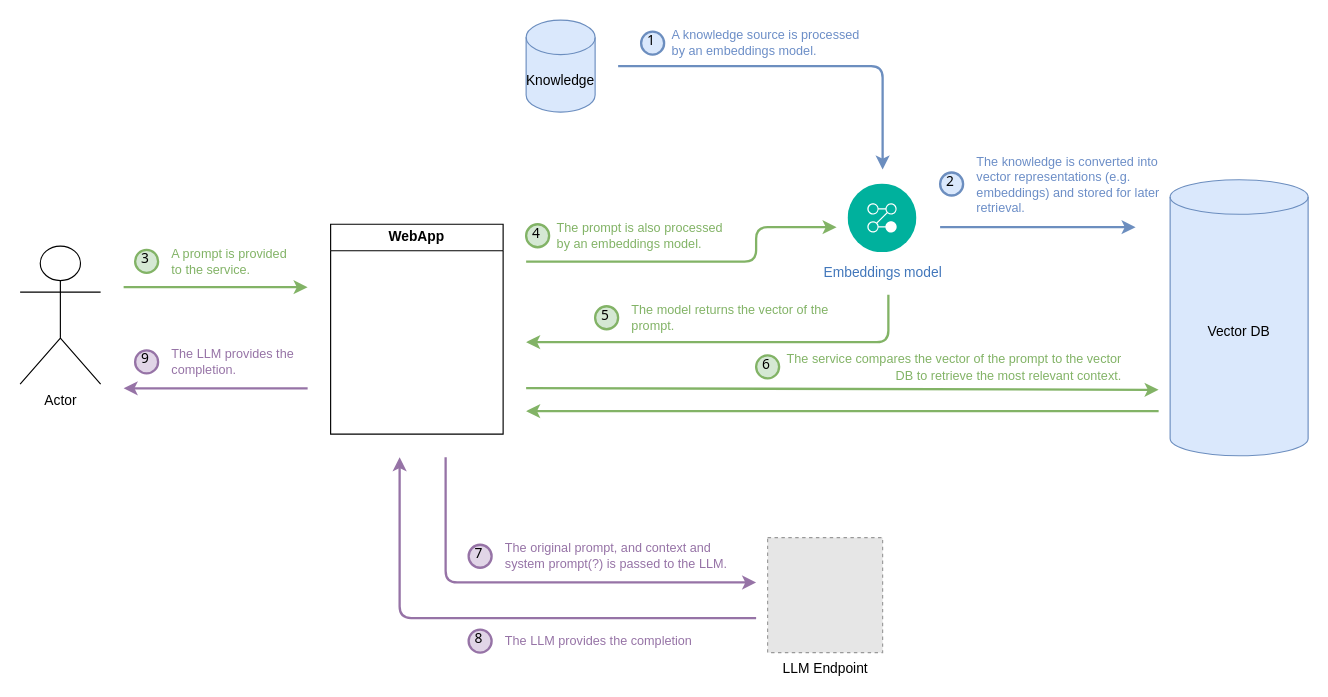
Before: blog-crawler-qna-bot.drawio in emdeh/web-crawl-qna-blog-bot, a draw.io diagram. Source tidied: cells renumbered, new cells numbered last; positions are measured from the earlier drawing's top-left corner, leaving out a move shared by most shapes. Both pictures are drawn from the tidied source at 115%, with x=0, y=0 at pixel (20, 20). Pictures stored in the file or linked from it are replaced by grey dashed boxes.
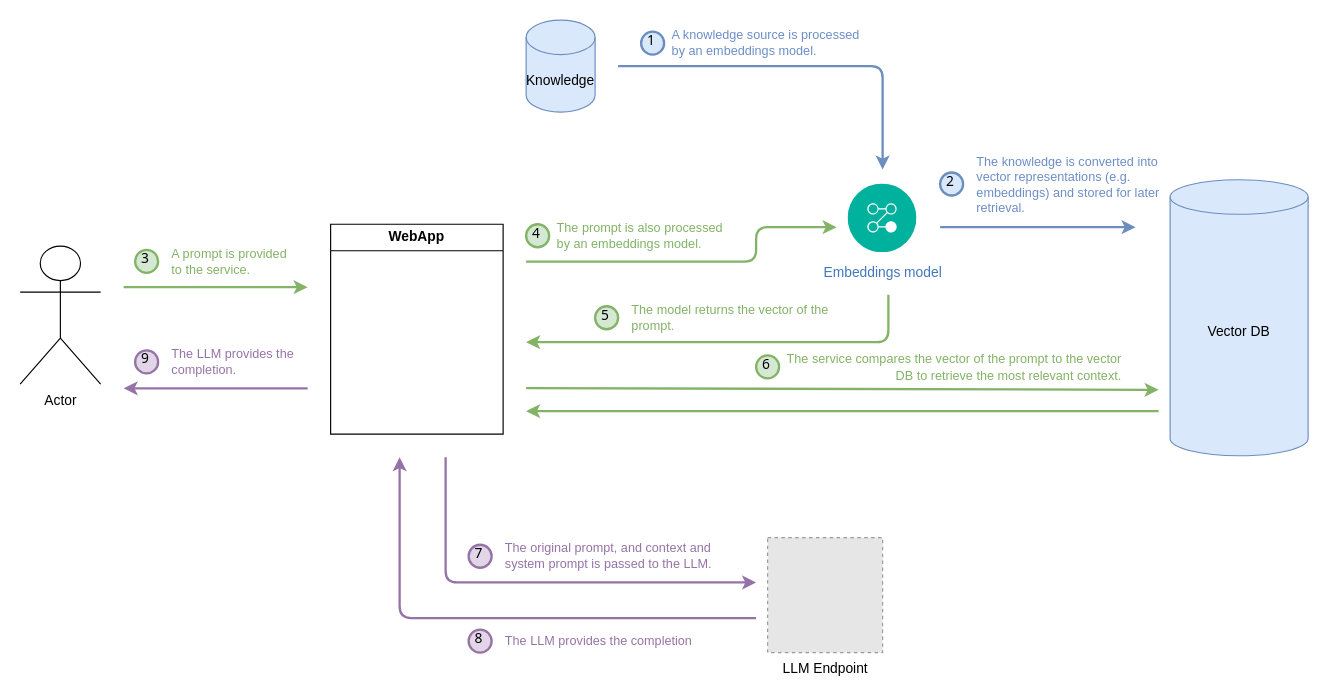
The same diagram, later.

The edit, as a diff of the source:
```diff
@@
-    <mxCell id="33" value="The original prompt, and context and system prompt(?) is passed to the LLM." style="rounded=0;whiteSpace=wrap;html=1;strokeColor=none;fillColor=none;fontColor=#9673a6;fontSize=11;align=left;" parent="1" vertex="1">
+    <mxCell id="33" value="The original prompt, and context and system prompt is passed to the LLM." style="rounded=0;whiteSpace=wrap;html=1;strokeColor=none;fillColor=none;fontColor=#9673a6;fontSize=11;align=left;" parent="1" vertex="1">
       <mxGeometry x="420" y="450" width="200" height="32.5" as="geometry" />
     </mxCell>
```
